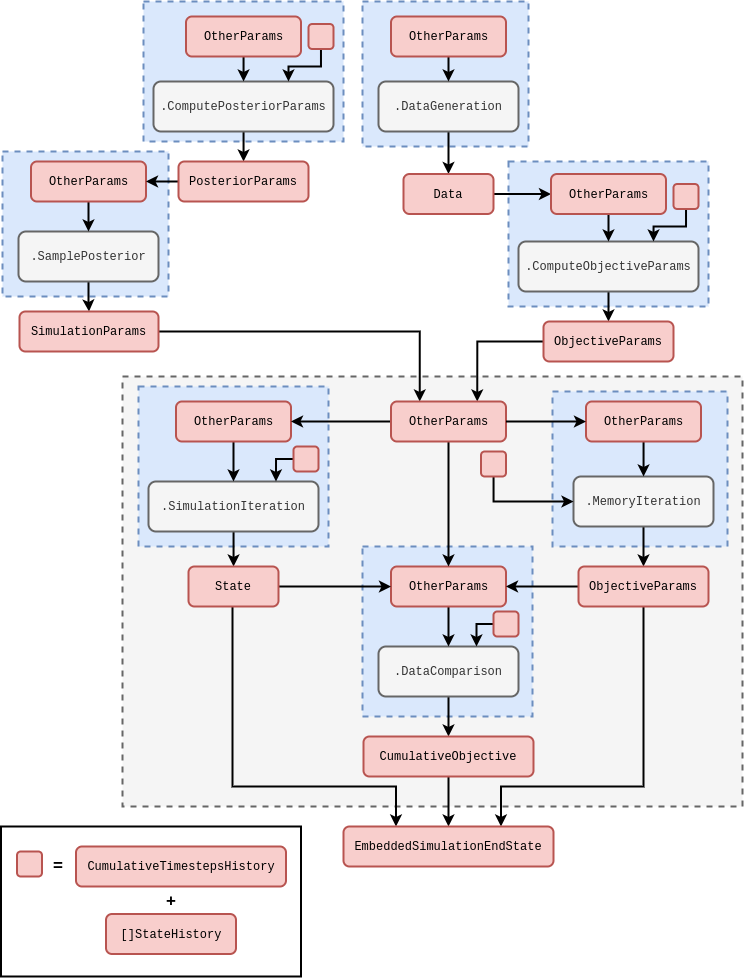
umbralcalc/umbralcalc.github.io keeps this draw.io diagram as assets/stochadexII/stochadexII-simulation-inference-code.drawio.png. Above is the earlier version. Source tidied: cells renumbered, new cells last; positions are measured from the earlier drawing's top-left corner, leaving out a move shared by most shapes.
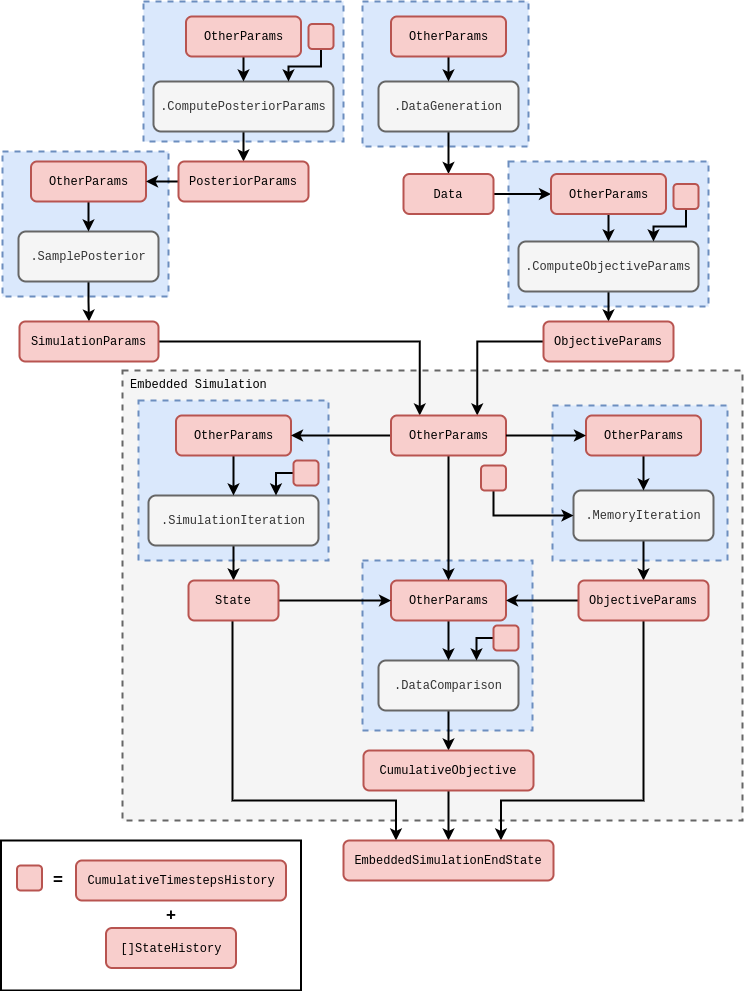
After the change.

What changed in the source:
```diff
@@ -3,7 +3,7 @@
     <mxCell id="0" />
     <mxCell id="1" parent="0" />
     <mxCell id="2" style="rounded=0;whiteSpace=wrap;html=1;fillColor=#f5f5f5;dashed=1;strokeWidth=2;fontColor=#333333;strokeColor=#666666;" parent="1" vertex="1">
-      <mxGeometry x="122" y="375" width="620" height="430" as="geometry" />
+      <mxGeometry x="122" y="355" width="620" height="450" as="geometry" />
     </mxCell>
     <mxCell id="3" style="rounded=0;whiteSpace=wrap;html=1;strokeWidth=2;" parent="1" vertex="1">
       <mxGeometry x="0.5" y="825" width="300" height="150" as="geometry" />
@@ -12,10 +12,10 @@
       <mxGeometry x="138" y="385" width="190" height="160" as="geometry" />
     </mxCell>
     <mxCell id="5" style="rounded=0;whiteSpace=wrap;html=1;dashed=1;strokeWidth=2;fillColor=#dae8fc;strokeColor=#6c8ebf;" parent="1" vertex="1">
-      <mxGeometry x="362" width="166" height="145" as="geometry" />
+      <mxGeometry x="362" y="-14" width="166" height="145" as="geometry" />
     </mxCell>
     <mxCell id="6" style="rounded=0;whiteSpace=wrap;html=1;dashed=1;strokeWidth=2;fillColor=#dae8fc;strokeColor=#6c8ebf;" parent="1" vertex="1">
-      <mxGeometry x="508" y="160" width="200" height="145" as="geometry" />
+      <mxGeometry x="508" y="146" width="200" height="145" as="geometry" />
     </mxCell>
     <mxCell id="7" style="rounded=0;whiteSpace=wrap;html=1;dashed=1;strokeWidth=2;fillColor=#dae8fc;strokeColor=#6c8ebf;" parent="1" vertex="1">
       <mxGeometry x="362" y="545" width="170" height="170" as="geometry" />
@@ -24,13 +24,13 @@
       <mxGeometry relative="1" as="geometry" />
     </mxCell>
     <mxCell id="9" value="&lt;font face=&quot;Courier New&quot;&gt;.DataGeneration&lt;/font&gt;" style="rounded=1;whiteSpace=wrap;html=1;strokeWidth=2;fillColor=#f5f5f5;fontColor=#333333;strokeColor=#666666;" parent="1" vertex="1">
-      <mxGeometry x="378" y="80" width="140" height="50" as="geometry" />
+      <mxGeometry x="378" y="66" width="140" height="50" as="geometry" />
     </mxCell>
     <mxCell id="10" style="edgeStyle=orthogonalEdgeStyle;rounded=0;jettySize=auto;html=1;entryX=0;entryY=0.5;entryDx=0;entryDy=0;strokeWidth=2;" parent="1" edge="1" source="11" target="20">
       <mxGeometry relative="1" as="geometry" />
     </mxCell>
     <mxCell id="11" value="&lt;font face=&quot;Courier New&quot;&gt;Data&lt;/font&gt;" style="rounded=1;whiteSpace=wrap;html=1;strokeWidth=2;fillColor=#f8cecc;strokeColor=#b85450;" parent="1" vertex="1">
-      <mxGeometry x="403" y="172.5" width="90" height="40" as="geometry" />
+      <mxGeometry x="403" y="158.5" width="90" height="40" as="geometry" />
     </mxCell>
     <mxCell id="12" style="edgeStyle=orthogonalEdgeStyle;rounded=0;jettySize=auto;html=1;entryX=0.5;entryY=0;entryDx=0;entryDy=0;strokeWidth=2;" parent="1" edge="1" source="13" target="31">
       <mxGeometry relative="1" as="geometry" />
@@ -47,7 +47,7 @@
     <mxCell id="16" style="edgeStyle=orthogonalEdgeStyle;rounded=0;jettySize=auto;html=1;entryX=0.75;entryY=0;entryDx=0;entryDy=0;strokeWidth=2;exitX=0;exitY=0.5;exitDx=0;exitDy=0;" parent="1" edge="1" source="32" target="62">
       <mxGeometry relative="1" as="geometry">
         <Array as="points">
-          <mxPoint x="477" y="340" />
+          <mxPoint x="477" y="326" />
         </Array>
       </mxGeometry>
     </mxCell>
@@ -55,13 +55,13 @@
       <mxGeometry relative="1" as="geometry" />
     </mxCell>
     <mxCell id="18" value="&lt;font face=&quot;Courier New&quot;&gt;.ComputeObjectiveParams&lt;/font&gt;" style="rounded=1;whiteSpace=wrap;html=1;strokeWidth=2;fillColor=#f5f5f5;fontColor=#333333;strokeColor=#666666;" parent="1" vertex="1">
-      <mxGeometry x="518" y="240" width="180" height="50" as="geometry" />
+      <mxGeometry x="518" y="226" width="180" height="50" as="geometry" />
     </mxCell>
     <mxCell id="19" style="edgeStyle=orthogonalEdgeStyle;rounded=0;jettySize=auto;html=1;strokeWidth=2;" parent="1" edge="1" source="20" target="18">
       <mxGeometry relative="1" as="geometry" />
     </mxCell>
     <mxCell id="20" value="&lt;font face=&quot;Courier New&quot;&gt;OtherParams&lt;/font&gt;" style="rounded=1;whiteSpace=wrap;html=1;strokeWidth=2;fillColor=#f8cecc;strokeColor=#b85450;" parent="1" vertex="1">
-      <mxGeometry x="550.5" y="172.5" width="115" height="40" as="geometry" />
+      <mxGeometry x="550.5" y="158.5" width="115" height="40" as="geometry" />
     </mxCell>
     <mxCell id="21" style="edgeStyle=orthogonalEdgeStyle;rounded=0;jettySize=auto;html=1;strokeWidth=2;" parent="1" edge="1" source="22" target="25">
       <mxGeometry relative="1" as="geometry" />
@@ -87,7 +87,7 @@
       <mxGeometry relative="1" as="geometry" />
     </mxCell>
     <mxCell id="27" value="&lt;font face=&quot;Courier New&quot;&gt;OtherParams&lt;/font&gt;" style="rounded=1;whiteSpace=wrap;html=1;strokeWidth=2;fillColor=#f8cecc;strokeColor=#b85450;" parent="1" vertex="1">
-      <mxGeometry x="390.5" y="15" width="115" height="40" as="geometry" />
+      <mxGeometry x="390.5" y="1" width="115" height="40" as="geometry" />
     </mxCell>
     <mxCell id="28" style="edgeStyle=orthogonalEdgeStyle;rounded=0;jettySize=auto;html=1;strokeWidth=2;" parent="1" edge="1" source="29" target="22">
       <mxGeometry relative="1" as="geometry" />
@@ -102,7 +102,7 @@
       <mxGeometry x="363" y="735" width="170" height="40" as="geometry" />
     </mxCell>
     <mxCell id="32" value="&lt;font face=&quot;Courier New&quot;&gt;ObjectiveParams&lt;/font&gt;" style="rounded=1;whiteSpace=wrap;html=1;strokeWidth=2;fillColor=#f8cecc;strokeColor=#b85450;" parent="1" vertex="1">
-      <mxGeometry x="543" y="320" width="130" height="40" as="geometry" />
+      <mxGeometry x="543" y="306" width="130" height="40" as="geometry" />
     </mxCell>
     <mxCell id="33" style="edgeStyle=orthogonalEdgeStyle;rounded=0;jettySize=auto;html=1;entryX=0.75;entryY=0;entryDx=0;entryDy=0;strokeWidth=2;exitX=0;exitY=0.5;exitDx=0;exitDy=0;" parent="1" edge="1" source="34" target="22">
       <mxGeometry relative="1" as="geometry">
@@ -117,34 +117,34 @@
     <mxCell id="35" style="edgeStyle=orthogonalEdgeStyle;rounded=0;jettySize=auto;html=1;entryX=0.75;entryY=0;entryDx=0;entryDy=0;strokeWidth=2;" parent="1" edge="1" source="36" target="18">
       <mxGeometry relative="1" as="geometry">
         <Array as="points">
-          <mxPoint x="686" y="225" />
-          <mxPoint x="653" y="225" />
+          <mxPoint x="686" y="211" />
+          <mxPoint x="653" y="211" />
         </Array>
       </mxGeometry>
     </mxCell>
     <mxCell id="36" style="rounded=1;whiteSpace=wrap;html=1;strokeWidth=2;fillColor=#f8cecc;strokeColor=#b85450;" parent="1" vertex="1">
-      <mxGeometry x="673" y="182.5" width="25" height="25" as="geometry" />
+      <mxGeometry x="673" y="168.5" width="25" height="25" as="geometry" />
     </mxCell>
     <mxCell id="37" style="rounded=0;whiteSpace=wrap;html=1;dashed=1;strokeWidth=2;fillColor=#dae8fc;strokeColor=#6c8ebf;" parent="1" vertex="1">
-      <mxGeometry x="2" y="150" width="166" height="145" as="geometry" />
+      <mxGeometry x="2" y="136" width="166" height="145" as="geometry" />
     </mxCell>
     <mxCell id="38" style="edgeStyle=orthogonalEdgeStyle;rounded=0;jettySize=auto;html=1;strokeWidth=2;entryX=0.5;entryY=0;entryDx=0;entryDy=0;" parent="1" edge="1" source="39" target="41">
       <mxGeometry relative="1" as="geometry" />
     </mxCell>
     <mxCell id="39" value="&lt;font face=&quot;Courier New&quot;&gt;.SamplePosterior&lt;/font&gt;" style="rounded=1;whiteSpace=wrap;html=1;strokeWidth=2;fillColor=#f5f5f5;fontColor=#333333;strokeColor=#666666;" parent="1" vertex="1">
-      <mxGeometry x="18" y="230" width="140" height="50" as="geometry" />
+      <mxGeometry x="18" y="216" width="140" height="50" as="geometry" />
     </mxCell>
     <mxCell id="40" style="edgeStyle=orthogonalEdgeStyle;rounded=0;jettySize=auto;html=1;strokeWidth=2;entryX=0.25;entryY=0;entryDx=0;entryDy=0;" parent="1" edge="1" source="41" target="62">
       <mxGeometry relative="1" as="geometry" />
     </mxCell>
     <mxCell id="41" value="&lt;font face=&quot;Courier New&quot;&gt;SimulationParams&lt;/font&gt;" style="rounded=1;whiteSpace=wrap;html=1;strokeWidth=2;fillColor=#f8cecc;strokeColor=#b85450;" parent="1" vertex="1">
-      <mxGeometry x="19" y="310" width="139" height="40" as="geometry" />
+      <mxGeometry x="19" y="306" width="139" height="40" as="geometry" />
     </mxCell>
     <mxCell id="42" style="edgeStyle=orthogonalEdgeStyle;rounded=0;jettySize=auto;html=1;strokeWidth=2;" parent="1" edge="1" source="43" target="39">
       <mxGeometry relative="1" as="geometry" />
     </mxCell>
     <mxCell id="43" value="&lt;font face=&quot;Courier New&quot;&gt;OtherParams&lt;/font&gt;" style="rounded=1;whiteSpace=wrap;html=1;strokeWidth=2;fillColor=#f8cecc;strokeColor=#b85450;" parent="1" vertex="1">
-      <mxGeometry x="30.5" y="160" width="115" height="40" as="geometry" />
+      <mxGeometry x="30.5" y="146" width="115" height="40" as="geometry" />
     </mxCell>
     <mxCell id="44" value="&lt;font face=&quot;Courier New&quot;&gt;[]StateHistory&lt;/font&gt;" style="rounded=1;whiteSpace=wrap;html=1;strokeWidth=2;fillColor=#f8cecc;strokeColor=#b85450;" parent="1" vertex="1">
       <mxGeometry x="105.5" y="912.5" width="130" height="40" as="geometry" />
@@ -162,36 +162,36 @@
       <mxGeometry x="140.5" y="885" width="60" height="30" as="geometry" />
     </mxCell>
     <mxCell id="49" style="rounded=0;whiteSpace=wrap;html=1;dashed=1;strokeWidth=2;fillColor=#dae8fc;strokeColor=#6c8ebf;" parent="1" vertex="1">
-      <mxGeometry x="143" width="200" height="140" as="geometry" />
+      <mxGeometry x="143" y="-14" width="200" height="140" as="geometry" />
     </mxCell>
     <mxCell id="50" style="edgeStyle=orthogonalEdgeStyle;rounded=0;jettySize=auto;html=1;strokeWidth=2;" parent="1" edge="1" source="51" target="55">
       <mxGeometry relative="1" as="geometry" />
     </mxCell>
     <mxCell id="51" value="&lt;font face=&quot;Courier New&quot;&gt;.ComputePosteriorParams&lt;/font&gt;" style="rounded=1;whiteSpace=wrap;html=1;strokeWidth=2;fillColor=#f5f5f5;fontColor=#333333;strokeColor=#666666;" parent="1" vertex="1">
-      <mxGeometry x="153" y="80" width="180" height="50" as="geometry" />
+      <mxGeometry x="153" y="66" width="180" height="50" as="geometry" />
     </mxCell>
     <mxCell id="52" style="edgeStyle=orthogonalEdgeStyle;rounded=0;jettySize=auto;html=1;strokeWidth=2;" parent="1" edge="1" source="53" target="51">
       <mxGeometry relative="1" as="geometry" />
     </mxCell>
     <mxCell id="53" value="&lt;font face=&quot;Courier New&quot;&gt;OtherParams&lt;/font&gt;" style="rounded=1;whiteSpace=wrap;html=1;strokeWidth=2;fillColor=#f8cecc;strokeColor=#b85450;" parent="1" vertex="1">
-      <mxGeometry x="185.5" y="15" width="115" height="40" as="geometry" />
+      <mxGeometry x="185.5" y="1" width="115" height="40" as="geometry" />
     </mxCell>
     <mxCell id="54" style="edgeStyle=orthogonalEdgeStyle;rounded=0;jettySize=auto;html=1;strokeWidth=2;" parent="1" edge="1" source="55" target="43">
       <mxGeometry relative="1" as="geometry" />
     </mxCell>
     <mxCell id="55" value="&lt;font face=&quot;Courier New&quot;&gt;PosteriorParams&lt;/font&gt;" style="rounded=1;whiteSpace=wrap;html=1;strokeWidth=2;fillColor=#f8cecc;strokeColor=#b85450;" parent="1" vertex="1">
-      <mxGeometry x="178" y="160" width="130" height="40" as="geometry" />
+      <mxGeometry x="178" y="146" width="130" height="40" as="geometry" />
     </mxCell>
     <mxCell id="56" style="edgeStyle=orthogonalEdgeStyle;rounded=0;jettySize=auto;html=1;entryX=0.75;entryY=0;entryDx=0;entryDy=0;strokeWidth=2;" parent="1" edge="1" source="57" target="51">
       <mxGeometry relative="1" as="geometry">
         <Array as="points">
-          <mxPoint x="321" y="65" />
-          <mxPoint x="288" y="65" />
+          <mxPoint x="321" y="51" />
+          <mxPoint x="288" y="51" />
         </Array>
       </mxGeometry>
     </mxCell>
     <mxCell id="57" style="rounded=1;whiteSpace=wrap;html=1;strokeWidth=2;fillColor=#f8cecc;strokeColor=#b85450;" parent="1" vertex="1">
-      <mxGeometry x="308" y="22.5" width="25" height="25" as="geometry" />
+      <mxGeometry x="308" y="8.5" width="25" height="25" as="geometry" />
     </mxCell>
     <mxCell id="58" style="edgeStyle=orthogonalEdgeStyle;rounded=0;jettySize=auto;html=1;entryX=0.75;entryY=0;entryDx=0;entryDy=0;strokeWidth=2;exitX=0;exitY=0.5;exitDx=0;exitDy=0;" parent="1" edge="1" source="59">
       <mxGeometry relative="1" as="geometry">
@@ -258,5 +258,8 @@
     <mxCell id="74" value="&lt;font face=&quot;Courier New&quot;&gt;EmbeddedSimulationEndState&lt;/font&gt;" style="rounded=1;whiteSpace=wrap;html=1;strokeWidth=2;fillColor=#f8cecc;strokeColor=#b85450;" parent="1" vertex="1">
       <mxGeometry x="343" y="825" width="210" height="40" as="geometry" />
     </mxCell>
+    <mxCell id="75" value="&lt;span style=&quot;font-family: &amp;quot;Courier New&amp;quot;; font-size: 12px; font-style: normal; font-variant-ligatures: normal; font-variant-caps: normal; letter-spacing: normal; orphans: 2; text-align: center; text-indent: 0px; text-transform: none; widows: 2; word-spacing: 0px; -webkit-text-stroke-width: 0px; white-space: normal; text-decoration-thickness: initial; text-decoration-style: initial; text-decoration-color: initial; float: none; display: inline !important;&quot;&gt;Embedded Simulation&lt;/span&gt;" style="text;whiteSpace=wrap;html=1;" parent="1" vertex="1">
+      <mxGeometry x="127.5" y="355" width="160" height="29" as="geometry" />
+    </mxCell>
   </root>
 </mxGraphModel>
```
